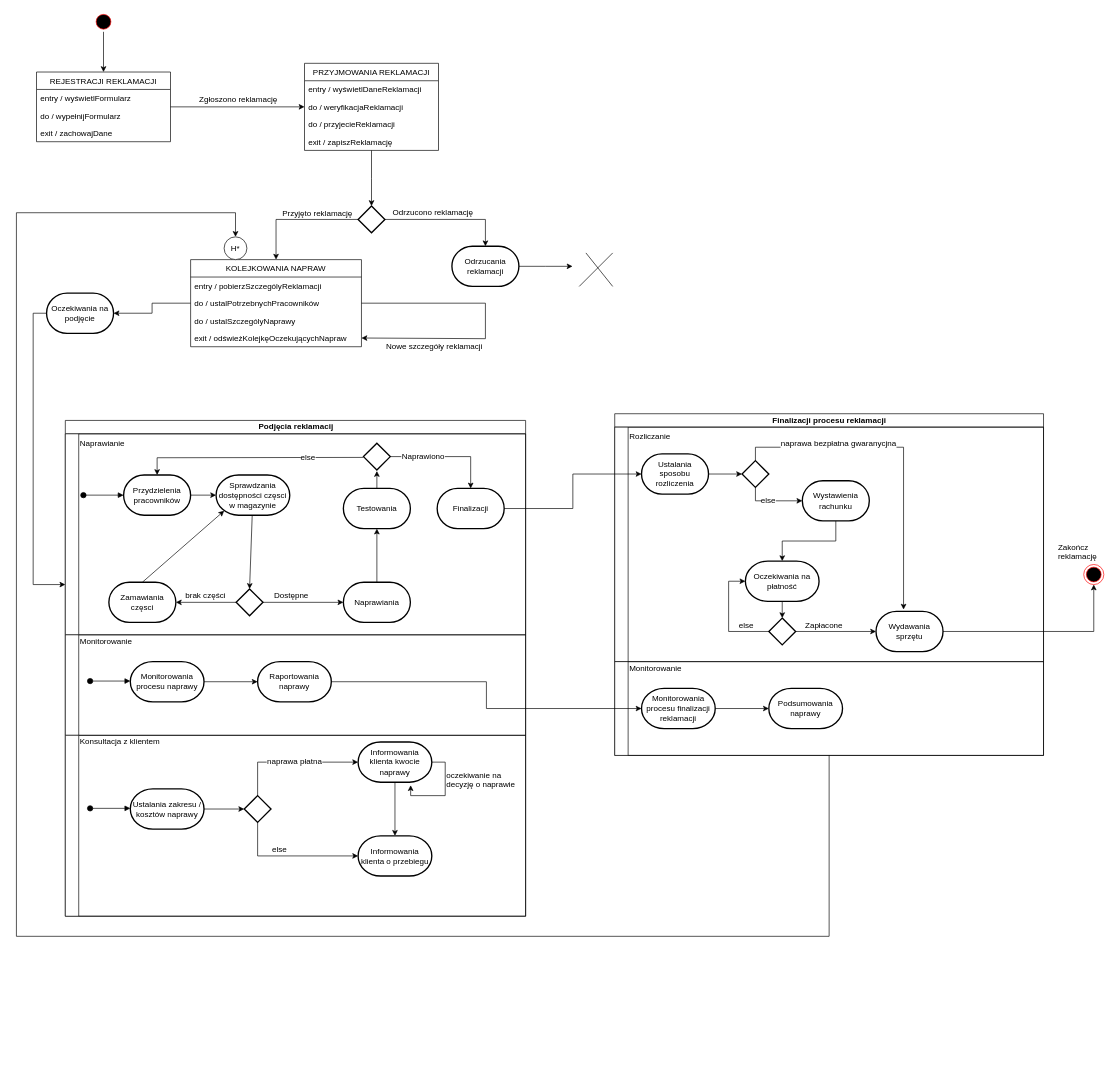
Before: Projekt4_diagram_maszyny_stanowej.drawio in kamilmix/e-learning_UCD, a draw.io diagram. Source tidied: cells renumbered, new cells numbered last; positions are measured from the earlier drawing's top-left corner, leaving out a move shared by most shapes. Both pictures are drawn from the tidied source at 67%, with x=0, y=0 at pixel (16, 11).
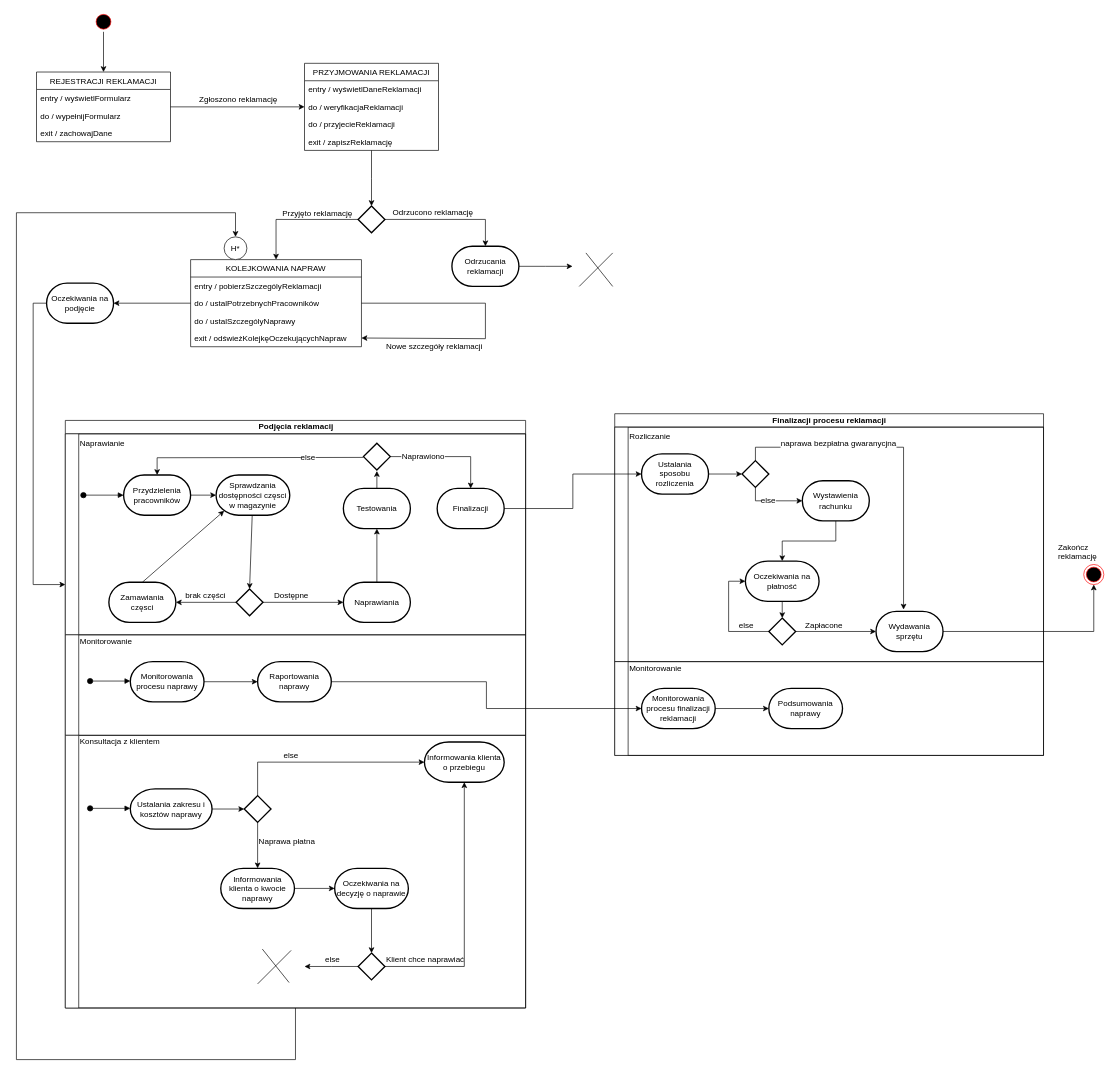
Above is the later version.

Unchanged cells that the change refers to:
```xml
<mxCell id="65" style="strokeWidth=2;html=1;shape=mxgraph.flowchart.decision;whiteSpace=wrap;" parent="55" vertex="1">
  <mxGeometry x="267" y="90" width="40" height="40" as="geometry" />
</mxCell>
<mxCell id="90" style="swimlane;html=1;startSize=20;horizontal=0;" parent="70" vertex="1">
  <mxGeometry y="370" width="640" height="140" as="geometry" />
</mxCell>
<mxCell id="112" value="H*" style="ellipse;whiteSpace=wrap;html=1;" parent="1" vertex="1">
  <mxGeometry x="310" y="336" width="34" height="34" as="geometry" />
</mxCell>
```

Change to the diagram source:
```diff
@@
     <mxCell id="21" value="Oczekiwania na podjęcie" style="strokeWidth=2;html=1;shape=mxgraph.flowchart.terminator;whiteSpace=wrap;" parent="1" vertex="1">
-      <mxGeometry x="45" y="420" width="100" height="60" as="geometry" />
+      <mxGeometry x="45" y="405" width="100" height="60" as="geometry" />
     </mxCell>
@@
     <mxCell id="24" value="Podjęcia reklamacij" style="swimlane;html=1;horizontal=1;startSize=20;" parent="1" vertex="1">
-      <mxGeometry x="73" y="610" width="687" height="740" as="geometry" />
+      <mxGeometry x="73" y="610" width="687" height="877" as="geometry" />
     </mxCell>
@@
     <mxCell id="55" style="swimlane;html=1;startSize=20;horizontal=0;" parent="24" vertex="1">
-      <mxGeometry y="470" width="687" height="270" as="geometry" />
+      <mxGeometry y="470" width="687" height="407" as="geometry" />
     </mxCell>
@@
-    <mxCell id="58" value="Ustalania zakresu / kosztów naprawy" style="strokeWidth=2;html=1;shape=mxgraph.flowchart.terminator;whiteSpace=wrap;" parent="55" vertex="1">
-      <mxGeometry x="97" y="80" width="110" height="60" as="geometry" />
+    <mxCell id="58" value="Ustalania zakresu i kosztów naprawy" style="strokeWidth=2;html=1;shape=mxgraph.flowchart.terminator;whiteSpace=wrap;" parent="55" vertex="1">
+      <mxGeometry x="97" y="80" width="122" height="60" as="geometry" />
     </mxCell>
-    <mxCell id="59" style="edgeStyle=orthogonalEdgeStyle;rounded=0;jettySize=auto;html=1;exitX=0.5;exitY=1;exitDx=0;exitDy=0;exitPerimeter=0;" parent="55" edge="1" source="60" target="66">
-      <mxGeometry relative="1" as="geometry" />
-    </mxCell>
+    <mxCell id="113" style="edgeStyle=orthogonalEdgeStyle;rounded=0;jettySize=auto;html=1;exitX=1;exitY=0.5;exitDx=0;exitDy=0;exitPerimeter=0;entryX=0;entryY=0.5;entryDx=0;entryDy=0;entryPerimeter=0;" parent="55" edge="1" source="60" target="115">
+      <mxGeometry relative="1" as="geometry" />
+    </mxCell>
-    <mxCell id="60" value="Informowania klienta kwocie naprawy" style="strokeWidth=2;html=1;shape=mxgraph.flowchart.terminator;whiteSpace=wrap;" parent="55" vertex="1">
-      <mxGeometry x="437" y="10" width="110" height="60" as="geometry" />
+    <mxCell id="60" value="Informowania klienta o kwocie naprawy" style="strokeWidth=2;html=1;shape=mxgraph.flowchart.terminator;whiteSpace=wrap;" parent="55" vertex="1">
+      <mxGeometry x="232" y="198.5" width="110" height="60" as="geometry" />
     </mxCell>
+    <mxCell id="114" style="edgeStyle=orthogonalEdgeStyle;rounded=0;jettySize=auto;html=1;exitX=0.5;exitY=1;exitDx=0;exitDy=0;exitPerimeter=0;entryX=0.5;entryY=0;entryDx=0;entryDy=0;entryPerimeter=0;" parent="55" edge="1" source="115" target="119">
+      <mxGeometry relative="1" as="geometry" />
+    </mxCell>
+    <mxCell id="115" value="&lt;span style=&quot;text-align: left ; white-space: nowrap&quot;&gt;Oczekiwania na&lt;/span&gt;&lt;br style=&quot;text-align: left ; white-space: nowrap&quot;&gt;&lt;span style=&quot;text-align: left ; white-space: nowrap&quot;&gt;decyzję o naprawie&lt;/span&gt;" style="strokeWidth=2;html=1;shape=mxgraph.flowchart.terminator;whiteSpace=wrap;" parent="55" vertex="1">
+      <mxGeometry x="402" y="198.5" width="110" height="60" as="geometry" />
+    </mxCell>
@@
+    <mxCell id="64" style="edgeStyle=orthogonalEdgeStyle;rounded=0;jettySize=auto;html=1;exitX=0.5;exitY=0;exitDx=0;exitDy=0;exitPerimeter=0;entryX=0;entryY=0.5;entryDx=0;entryDy=0;entryPerimeter=0;" parent="55" edge="1" source="65" target="66">
+      <mxGeometry relative="1" as="geometry" />
+    </mxCell>
-    <mxCell id="62" style="edgeStyle=orthogonalEdgeStyle;rounded=0;jettySize=auto;html=1;exitX=0.5;exitY=0;exitDx=0;exitDy=0;exitPerimeter=0;entryX=0;entryY=0.5;entryDx=0;entryDy=0;entryPerimeter=0;" parent="55" edge="1" source="65" target="60">
+    <mxCell id="62" style="edgeStyle=orthogonalEdgeStyle;rounded=0;jettySize=auto;html=1;exitX=0.5;exitY=1;exitDx=0;exitDy=0;exitPerimeter=0;entryX=0.5;entryY=0;entryDx=0;entryDy=0;entryPerimeter=0;" parent="55" edge="1" source="65" target="60">
       <mxGeometry relative="1" as="geometry" />
     </mxCell>
-    <mxCell id="63" value="naprawa płatna" style="text;html=1;align=center;verticalAlign=middle;labelBackgroundColor=#ffffff;" parent="62" vertex="1">
-      <mxGeometry x="-0.23" y="-27" relative="1" as="geometry">
-        <mxPoint x="27" y="-28" as="offset" />
-      </mxGeometry>
-    </mxCell>
-    <mxCell id="64" style="edgeStyle=orthogonalEdgeStyle;rounded=0;jettySize=auto;html=1;exitX=0.5;exitY=1;exitDx=0;exitDy=0;exitPerimeter=0;entryX=0;entryY=0.5;entryDx=0;entryDy=0;entryPerimeter=0;" parent="55" edge="1" source="65" target="66">
-      <mxGeometry relative="1" as="geometry" />
-    </mxCell>
@@
     <mxCell id="66" value="Informowania klienta o przebiegu" style="strokeWidth=2;html=1;shape=mxgraph.flowchart.terminator;whiteSpace=wrap;" parent="55" vertex="1">
-      <mxGeometry x="437" y="150" width="110" height="60" as="geometry" />
+      <mxGeometry x="536" y="10" width="119" height="60" as="geometry" />
     </mxCell>
     <mxCell id="67" value="else" style="text;html=1;align=left;verticalAlign=top;spacingTop=-4;" parent="55" vertex="1">
-      <mxGeometry x="307" y="160" width="40" height="20" as="geometry" />
+      <mxGeometry x="323.5" y="20" width="40" height="20" as="geometry" />
     </mxCell>
-    <mxCell id="68" style="edgeStyle=orthogonalEdgeStyle;rounded=0;orthogonalLoop=1;jettySize=auto;html=1;exitX=1;exitY=0.5;exitDx=0;exitDy=0;exitPerimeter=0;entryX=0.713;entryY=1.074;entryDx=0;entryDy=0;entryPerimeter=0;" parent="55" edge="1" source="60" target="60">
-      <mxGeometry relative="1" as="geometry" />
-    </mxCell>
-    <mxCell id="69" value="oczekiwanie na&lt;br&gt;decyzję o naprawie" style="text;html=1;align=left;verticalAlign=top;spacingTop=-4;" parent="55" vertex="1">
-      <mxGeometry x="567" y="50" width="120" height="30" as="geometry" />
-    </mxCell>
+    <mxCell id="116" value="Naprawa płatna" style="text;html=1;align=left;verticalAlign=top;spacingTop=-4;" parent="55" vertex="1">
+      <mxGeometry x="287" y="149" width="94" height="14" as="geometry" />
+    </mxCell>
+    <mxCell id="117" style="edgeStyle=orthogonalEdgeStyle;rounded=0;jettySize=auto;html=1;exitX=1;exitY=0.5;exitDx=0;exitDy=0;exitPerimeter=0;" parent="55" edge="1" source="119" target="66">
+      <mxGeometry relative="1" as="geometry" />
+    </mxCell>
+    <mxCell id="118" style="edgeStyle=orthogonalEdgeStyle;rounded=0;jettySize=auto;html=1;" parent="55" edge="1" source="119">
+      <mxGeometry relative="1" as="geometry">
+        <mxPoint x="357" y="345" as="targetPoint" />
+      </mxGeometry>
+    </mxCell>
+    <mxCell id="119" style="strokeWidth=2;html=1;shape=mxgraph.flowchart.decision;whiteSpace=wrap;" parent="55" vertex="1">
+      <mxGeometry x="437" y="325" width="40" height="40" as="geometry" />
+    </mxCell>
+    <mxCell id="120" value="Klient chce naprawiać" style="text;html=1;align=left;verticalAlign=top;spacingTop=-4;" parent="55" vertex="1">
+      <mxGeometry x="477" y="325" width="127" height="14" as="geometry" />
+    </mxCell>
+    <mxCell id="121" value="else" style="text;html=1;align=left;verticalAlign=top;spacingTop=-4;" parent="55" vertex="1">
+      <mxGeometry x="386" y="325" width="32" height="14" as="geometry" />
+    </mxCell>
+    <mxCell id="122" style="endArrow=none;html=1;" parent="55" edge="1">
+      <mxGeometry relative="1" as="geometry">
+        <mxPoint x="294" y="319" as="sourcePoint" />
+        <mxPoint x="334" y="369" as="targetPoint" />
+      </mxGeometry>
+    </mxCell>
+    <mxCell id="123" style="endArrow=none;html=1;" parent="55" edge="1">
+      <mxGeometry relative="1" as="geometry">
+        <mxPoint x="287" y="371" as="sourcePoint" />
+        <mxPoint x="337" y="321" as="targetPoint" />
+      </mxGeometry>
+    </mxCell>
@@
-    <mxCell id="111" style="edgeStyle=orthogonalEdgeStyle;rounded=0;jettySize=auto;html=1;exitX=0.5;exitY=1;exitDx=0;exitDy=0;entryX=0.5;entryY=0;entryDx=0;entryDy=0;" parent="1" edge="1" source="90" target="112">
+    <mxCell id="111" style="edgeStyle=orthogonalEdgeStyle;rounded=0;jettySize=auto;html=1;exitX=0.5;exitY=1;exitDx=0;exitDy=0;entryX=0.5;entryY=0;entryDx=0;entryDy=0;" parent="1" edge="1" source="55" target="112">
       <mxGeometry relative="1" as="geometry">
         <Array as="points">
-          <mxPoint x="1213" y="1380" />
-          <mxPoint y="1380" />
+          <mxPoint x="417" y="1564" />
+          <mxPoint y="1564" />
           <mxPoint y="300" />
           <mxPoint x="327" y="300" />
         </Array>
       </mxGeometry>
     </mxCell>
```
